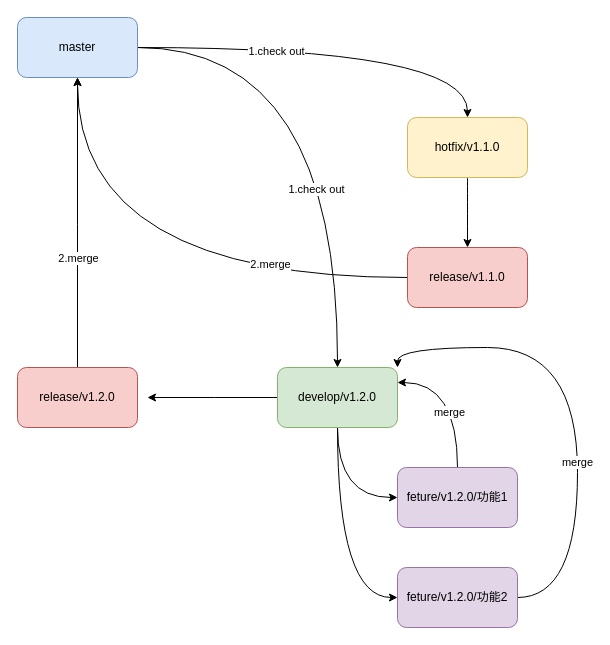
Before: git.drawio in wssaidong/draw.io, a draw.io diagram. Source tidied: cells renumbered, new cells numbered last; positions are measured from the earlier drawing's top-left corner, leaving out a move shared by most shapes. Both pictures are drawn from the tidied source at 100%, with x=0, y=0 at pixel (17, 17).
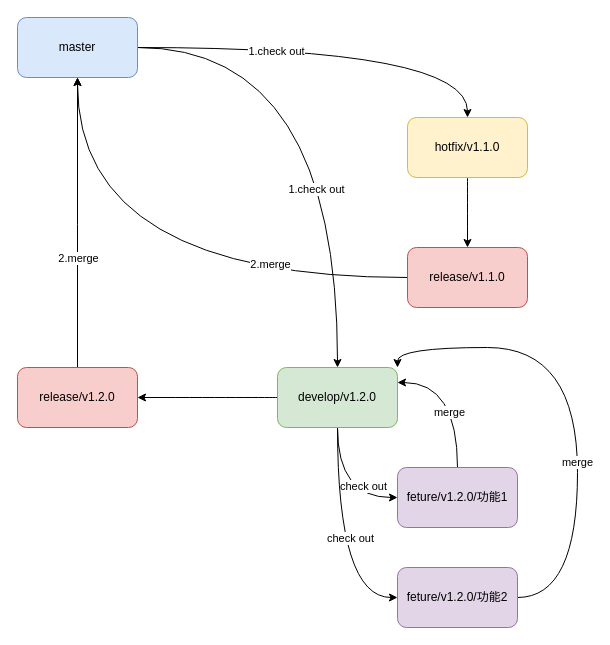
Above is the later version.

Unchanged cells that the change refers to:
```xml
<mxCell id="12" style="edgeStyle=orthogonalEdgeStyle;curved=1;rounded=0;jettySize=auto;html=1;entryX=0;entryY=0.5;entryDx=0;entryDy=0;" parent="1" edge="1" source="15" target="18">
  <mxGeometry relative="1" as="geometry" />
</mxCell>
<mxCell id="13" style="edgeStyle=orthogonalEdgeStyle;curved=1;rounded=0;jettySize=auto;html=1;entryX=0;entryY=0.5;entryDx=0;entryDy=0;" parent="1" edge="1" source="15" target="21">
  <mxGeometry relative="1" as="geometry" />
</mxCell>
<mxCell id="15" value="develop/v1.2.0" style="rounded=1;whiteSpace=wrap;html=1;fillColor=#d5e8d4;strokeColor=#82b366;" parent="1" vertex="1">
  <mxGeometry x="260" y="350" width="120" height="60" as="geometry" />
</mxCell>
<mxCell id="24" value="release/v1.2.0" style="rounded=1;whiteSpace=wrap;html=1;fillColor=#f8cecc;strokeColor=#b85450;" parent="1" vertex="1">
  <mxGeometry y="350" width="120" height="60" as="geometry" />
</mxCell>
```

Change to the diagram source:
```diff
@@
+    <mxCell id="25" value="check out" style="edgeLabel;html=1;align=center;verticalAlign=middle;" parent="12" vertex="1">
+      <mxGeometry x="0.46" y="12" relative="1" as="geometry" />
+    </mxCell>
@@
+    <mxCell id="26" style="edgeLabel;html=1;align=center;verticalAlign=middle;" parent="13" vertex="1">
+      <mxGeometry x="-0.04" y="12" relative="1" as="geometry" />
+    </mxCell>
+    <mxCell id="27" value="check out" style="edgeLabel;html=1;align=center;verticalAlign=middle;" parent="13" vertex="1">
+      <mxGeometry x="-0.04" y="12" relative="1" as="geometry" />
+    </mxCell>
-    <mxCell id="14" style="edgeStyle=orthogonalEdgeStyle;curved=1;rounded=0;jettySize=auto;html=1;" parent="1" edge="1" source="15">
-      <mxGeometry relative="1" as="geometry">
-        <mxPoint x="130" y="380" as="targetPoint" />
-      </mxGeometry>
+    <mxCell id="14" style="edgeStyle=orthogonalEdgeStyle;curved=1;rounded=0;jettySize=auto;html=1;entryX=1;entryY=0.5;entryDx=0;entryDy=0;" parent="1" edge="1" source="15" target="24">
+      <mxGeometry relative="1" as="geometry" />
     </mxCell>
```
